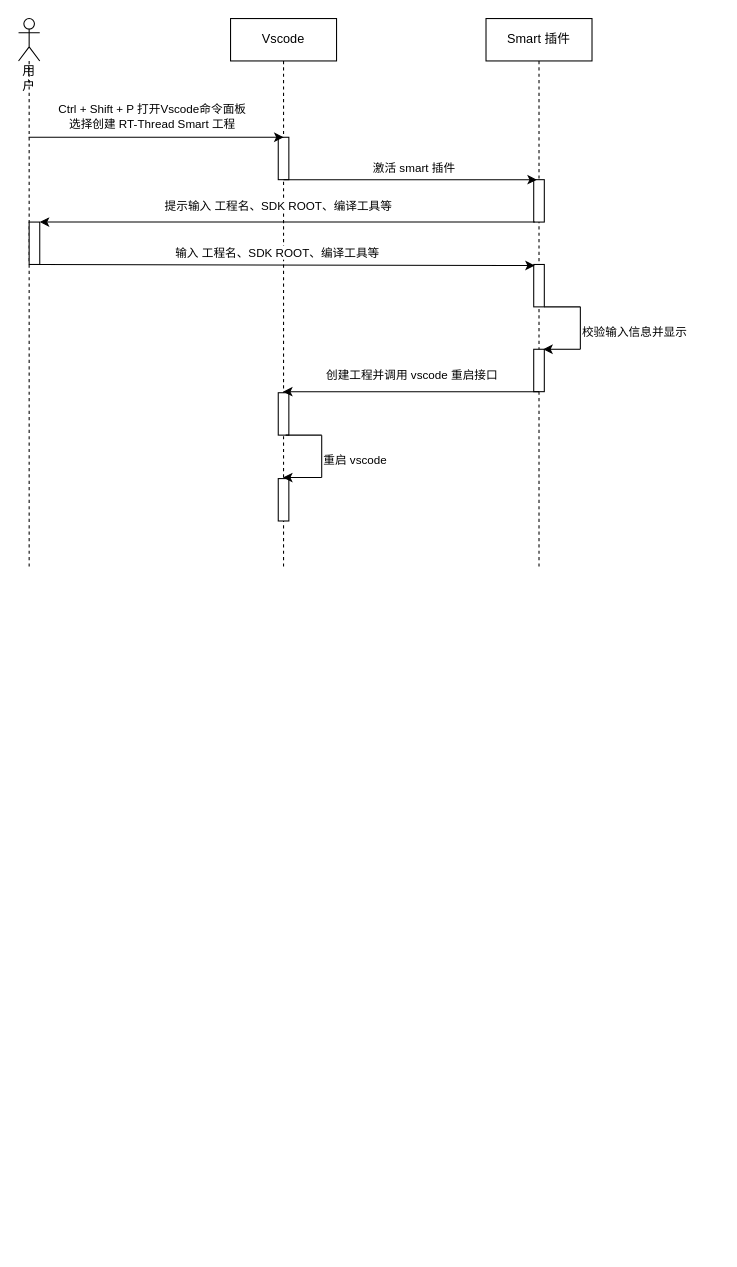
Above: vscode/smart-vscode.drawio in ErikChanGit/Draw.io (draw.io), before the change. Source tidied: cells renumbered, new cells numbered last; positions are measured from the earlier drawing's top-left corner, leaving out a move shared by most shapes. Both pictures are drawn from the tidied source at 106%, with x=0, y=0 at pixel (18, 18).
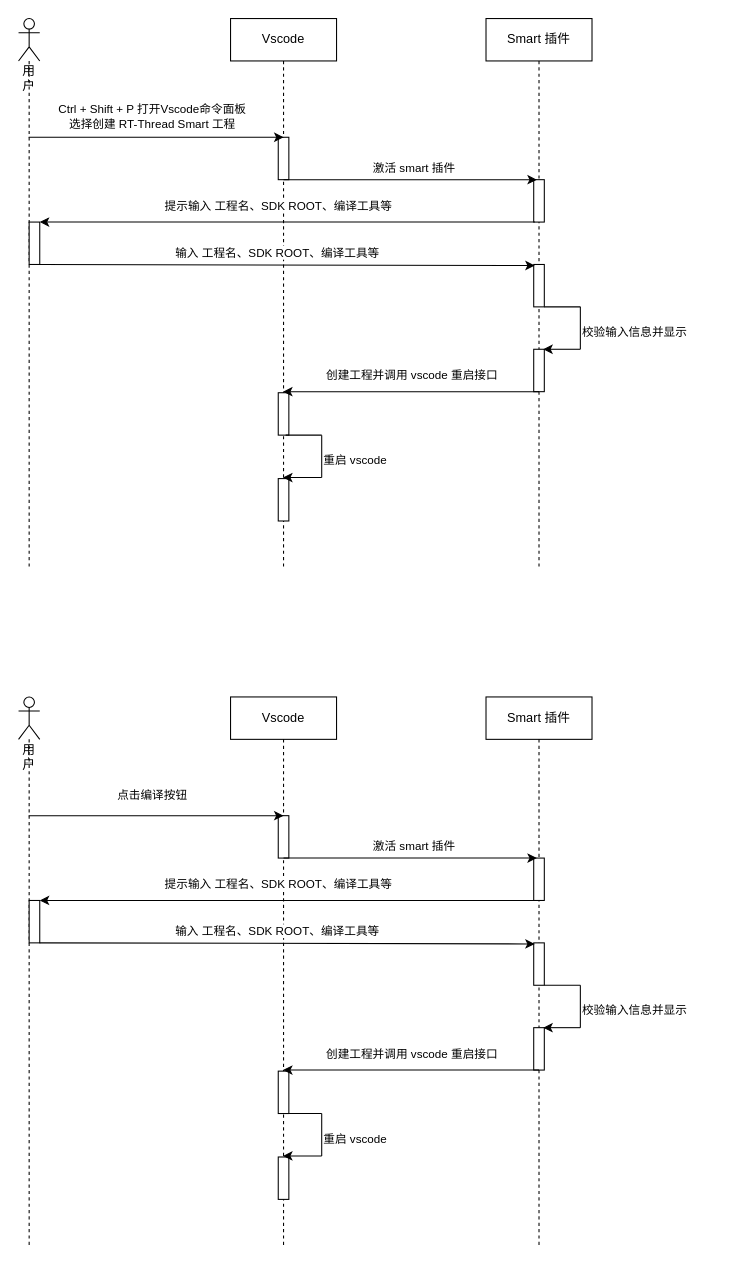
The same page after the edit.

Change to the diagram source:
```diff
@@
+    <mxCell id="30" value="Vscode" style="shape=umlLifeline;perimeter=lifelinePerimeter;whiteSpace=wrap;html=1;outlineConnect=0;" parent="1" vertex="1">
+      <mxGeometry x="200" y="640" width="100" height="520" as="geometry" />
+    </mxCell>
+    <mxCell id="31" style="html=1;points=[];perimeter=orthogonalPerimeter;" parent="30" vertex="1">
+      <mxGeometry x="45" y="112" width="10" height="40" as="geometry" />
+    </mxCell>
+    <mxCell id="32" style="html=1;perimeter=orthogonalPerimeter;" parent="30" vertex="1">
+      <mxGeometry x="45" y="353" width="10" height="40" as="geometry" />
+    </mxCell>
+    <mxCell id="33" style="html=1;perimeter=orthogonalPerimeter;" parent="30" vertex="1">
+      <mxGeometry x="45" y="434" width="10" height="40" as="geometry" />
+    </mxCell>
+    <mxCell id="34" value="用户" style="shape=umlLifeline;participant=umlActor;perimeter=lifelinePerimeter;whiteSpace=wrap;html=1;verticalAlign=top;spacingTop=36;" parent="1" vertex="1">
+      <mxGeometry y="640" width="20" height="520" as="geometry" />
+    </mxCell>
+    <mxCell id="35" style="html=1;points=[];perimeter=orthogonalPerimeter;" parent="34" vertex="1">
+      <mxGeometry x="10" y="192" width="10" height="40" as="geometry" />
+    </mxCell>
+    <mxCell id="36" value="Smart 插件" style="shape=umlLifeline;perimeter=lifelinePerimeter;whiteSpace=wrap;html=1;" parent="1" vertex="1">
+      <mxGeometry x="441" y="640" width="100" height="520" as="geometry" />
+    </mxCell>
+    <mxCell id="37" style="html=1;perimeter=orthogonalPerimeter;" parent="36" vertex="1">
+      <mxGeometry x="45" y="152" width="10" height="40" as="geometry" />
+    </mxCell>
+    <mxCell id="38" style="html=1;perimeter=orthogonalPerimeter;" parent="36" vertex="1">
+      <mxGeometry x="45" y="232" width="10" height="40" as="geometry" />
+    </mxCell>
+    <mxCell id="39" style="html=1;perimeter=orthogonalPerimeter;" parent="36" vertex="1">
+      <mxGeometry x="45" y="312" width="10" height="40" as="geometry" />
+    </mxCell>
+    <mxCell id="40" style="endArrow=classic;html=1;rounded=0;" parent="36" edge="1">
+      <mxGeometry relative="1" as="geometry">
+        <mxPoint x="89" y="312" as="sourcePoint" />
+        <mxPoint x="54" y="312" as="targetPoint" />
+      </mxGeometry>
+    </mxCell>
+    <mxCell id="41" style="endArrow=none;html=1;rounded=0;" parent="36" edge="1">
+      <mxGeometry relative="1" as="geometry">
+        <mxPoint x="55" y="272" as="sourcePoint" />
+        <mxPoint x="89" y="272" as="targetPoint" />
+      </mxGeometry>
+    </mxCell>
+    <mxCell id="42" style="endArrow=classic;html=1;rounded=0;entryX=0.5;entryY=0;entryDx=0;entryDy=0;entryPerimeter=0;" parent="1" edge="1" target="31">
+      <mxGeometry relative="1" as="geometry">
+        <mxPoint x="9.5" y="752" as="sourcePoint" />
+      </mxGeometry>
+    </mxCell>
+    <mxCell id="43" value="点击编译按钮" style="edgeLabel;html=1;align=center;verticalAlign=middle;" parent="42" vertex="1">
+      <mxGeometry x="-0.21" y="-2" relative="1" as="geometry">
+        <mxPoint x="21" y="-22" as="offset" />
+      </mxGeometry>
+    </mxCell>
+    <mxCell id="44" style="endArrow=classic;html=1;rounded=0;entryX=0.3;entryY=0;entryDx=0;entryDy=0;entryPerimeter=0;" parent="1" edge="1">
+      <mxGeometry relative="1" as="geometry">
+        <mxPoint x="250" y="792" as="sourcePoint" />
+        <mxPoint x="489" y="792" as="targetPoint" />
+      </mxGeometry>
+    </mxCell>
+    <mxCell id="45" value="激活 smart 插件" style="edgeLabel;html=1;align=center;verticalAlign=middle;" parent="44" vertex="1">
+      <mxGeometry x="-0.21" y="-2" relative="1" as="geometry">
+        <mxPoint x="28" y="-14" as="offset" />
+      </mxGeometry>
+    </mxCell>
+    <mxCell id="46" style="endArrow=classic;html=1;rounded=0;exitX=0.1;exitY=0.333;exitDx=0;exitDy=0;exitPerimeter=0;" parent="1" edge="1" target="35">
+      <mxGeometry relative="1" as="geometry">
+        <mxPoint x="487" y="832" as="sourcePoint" />
+      </mxGeometry>
+    </mxCell>
+    <mxCell id="47" value="提示输入 工程名、SDK ROOT、编译工具等" style="edgeLabel;html=1;align=center;verticalAlign=middle;" parent="46" vertex="1">
+      <mxGeometry x="-0.21" y="-2" relative="1" as="geometry">
+        <mxPoint x="-59" y="-14" as="offset" />
+      </mxGeometry>
+    </mxCell>
+    <mxCell id="48" style="endArrow=classic;html=1;rounded=0;entryX=0.1;entryY=0.675;entryDx=0;entryDy=0;entryPerimeter=0;" parent="1" edge="1">
+      <mxGeometry relative="1" as="geometry">
+        <mxPoint x="19.8" y="872" as="sourcePoint" />
+        <mxPoint x="487" y="873" as="targetPoint" />
+      </mxGeometry>
+    </mxCell>
+    <mxCell id="49" value="输入 工程名、SDK ROOT、编译工具等" style="edgeLabel;html=1;align=center;verticalAlign=middle;" parent="48" vertex="1">
+      <mxGeometry x="-0.21" y="-2" relative="1" as="geometry">
+        <mxPoint x="39" y="-14" as="offset" />
+      </mxGeometry>
+    </mxCell>
+    <mxCell id="50" style="endArrow=classic;html=1;rounded=0;" parent="1" edge="1">
+      <mxGeometry relative="1" as="geometry">
+        <mxPoint x="491" y="992" as="sourcePoint" />
+        <mxPoint x="249.5" y="992" as="targetPoint" />
+      </mxGeometry>
+    </mxCell>
+    <mxCell id="51" value="创建工程并调用 vscode 重启接口" style="edgeLabel;html=1;align=center;verticalAlign=middle;" parent="50" vertex="1">
+      <mxGeometry x="-0.21" y="-2" relative="1" as="geometry">
+        <mxPoint x="-26" y="-14" as="offset" />
+      </mxGeometry>
+    </mxCell>
+    <mxCell id="52" style="endArrow=none;html=1;rounded=0;" parent="1" edge="1">
+      <mxGeometry relative="1" as="geometry">
+        <mxPoint x="530" y="952" as="sourcePoint" />
+        <mxPoint x="530" y="912" as="targetPoint" />
+      </mxGeometry>
+    </mxCell>
+    <mxCell id="53" value="&lt;span style=&quot;color: rgb(0, 0, 0); font-family: helvetica; font-size: 11px; font-style: normal; font-weight: 400; letter-spacing: normal; text-align: center; text-indent: 0px; text-transform: none; word-spacing: 0px; background-color: rgb(255, 255, 255); display: inline; float: none;&quot;&gt;校验输入信息并显示&lt;/span&gt;" style="text;whiteSpace=wrap;html=1;" parent="1" vertex="1">
+      <mxGeometry x="530" y="922" width="130" height="30" as="geometry" />
+    </mxCell>
+    <mxCell id="54" style="endArrow=classic;html=1;rounded=0;" parent="1" edge="1" target="30">
+      <mxGeometry relative="1" as="geometry">
+        <mxPoint x="286" y="1073" as="sourcePoint" />
+      </mxGeometry>
+    </mxCell>
+    <mxCell id="55" style="endArrow=none;html=1;rounded=0;" parent="1" edge="1">
+      <mxGeometry relative="1" as="geometry">
+        <mxPoint x="252" y="1033" as="sourcePoint" />
+        <mxPoint x="286" y="1033" as="targetPoint" />
+      </mxGeometry>
+    </mxCell>
+    <mxCell id="56" style="endArrow=none;html=1;rounded=0;" parent="1" edge="1">
+      <mxGeometry relative="1" as="geometry">
+        <mxPoint x="286" y="1073" as="sourcePoint" />
+        <mxPoint x="286" y="1033" as="targetPoint" />
+      </mxGeometry>
+    </mxCell>
+    <mxCell id="57" value="&lt;span style=&quot;color: rgb(0 , 0 , 0) ; font-family: &amp;#34;helvetica&amp;#34; ; font-size: 11px ; font-style: normal ; font-weight: 400 ; letter-spacing: normal ; text-align: center ; text-indent: 0px ; text-transform: none ; word-spacing: 0px ; background-color: rgb(255 , 255 , 255) ; display: inline ; float: none&quot;&gt;重启 vscode&lt;/span&gt;" style="text;whiteSpace=wrap;html=1;" parent="1" vertex="1">
+      <mxGeometry x="286" y="1043" width="130" height="30" as="geometry" />
+    </mxCell>
```
